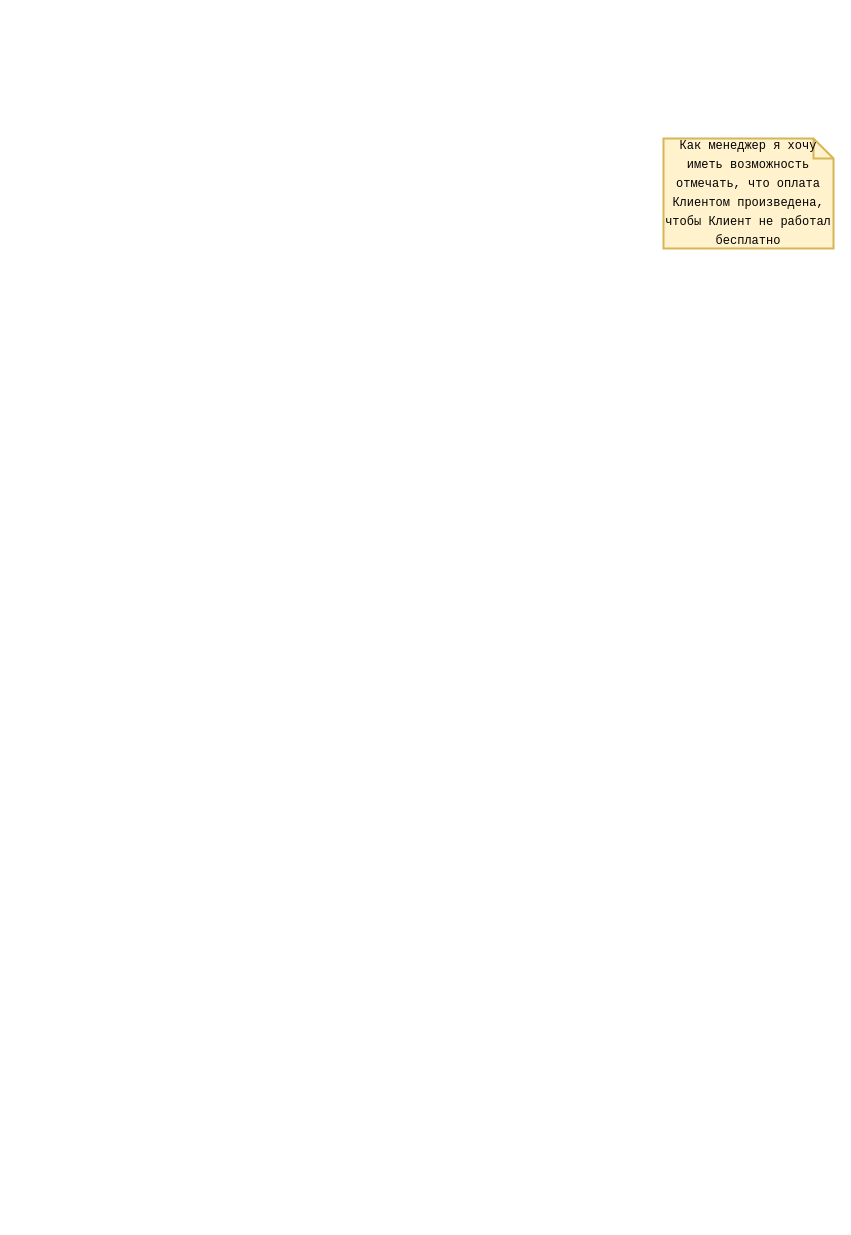
The draw.io diagram src/us-client-lk.drawio in indeec05/course__final, before the edit. Source tidied: cells renumbered, new cells numbered last; positions are measured from the earlier drawing's top-left corner, leaving out a move shared by most shapes. Both pictures are drawn from the tidied source at 100%, with x=0, y=0 at pixel (663, 138).
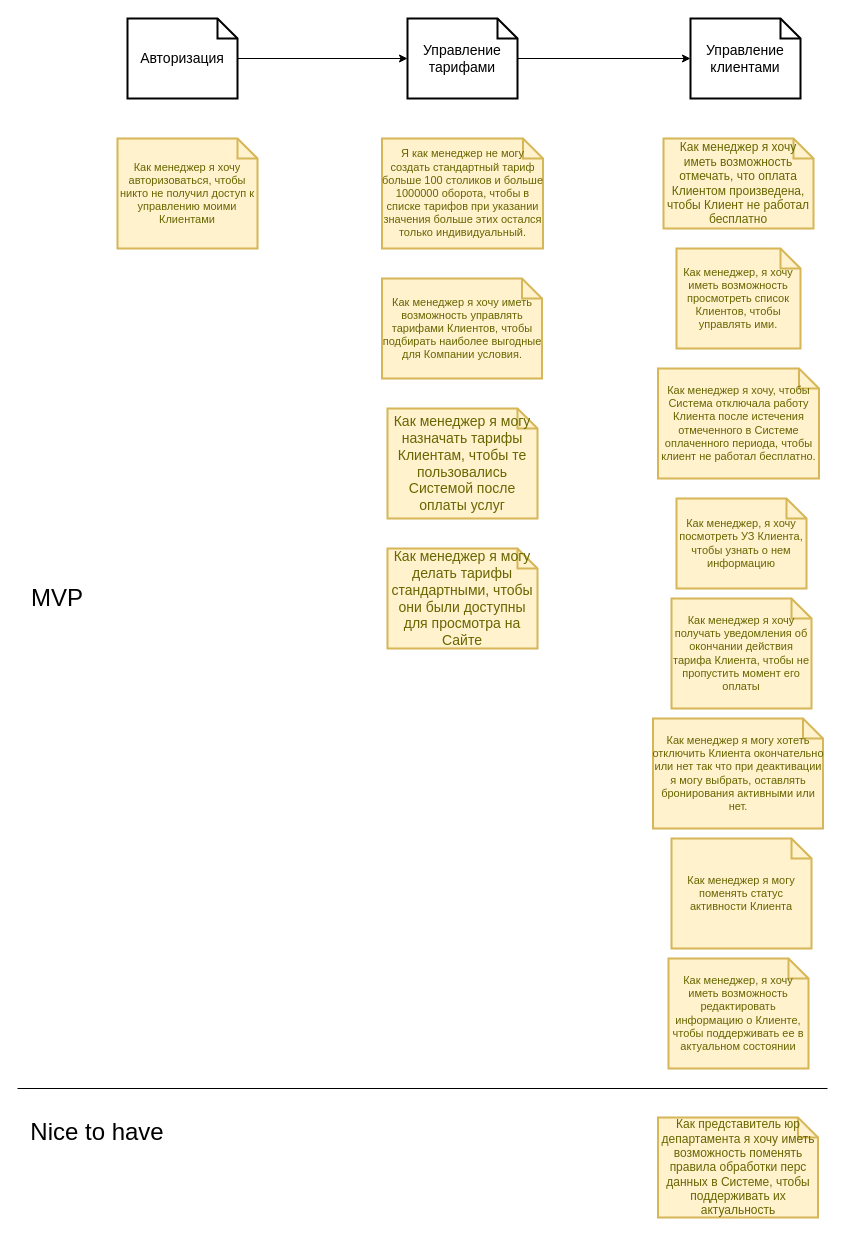
The same page after the edit.

Change to the diagram source:
```diff
@@
-    <mxCell id="2" value="&lt;div style=&quot;color: rgb(0, 0, 0); font-family: &amp;quot;consolas&amp;quot;, &amp;quot;courier new&amp;quot;, monospace; font-weight: normal; font-size: 12px; line-height: 19px;&quot;&gt;&lt;div style=&quot;font-size: 12px&quot;&gt;Как менеджер я хочу иметь возможность отмечать, что оплата Клиентом произведена, чтобы Клиент не работал бесплатно&lt;br&gt;&lt;/div&gt;&lt;/div&gt;" style="shape=note;strokeWidth=2;fontSize=12;size=20;whiteSpace=wrap;html=1;fillColor=#fff2cc;strokeColor=#d6b656;fontColor=#666600;spacing=0;labelBackgroundColor=none;" parent="1" vertex="1">
-      <mxGeometry width="170" height="110" as="geometry" />
+    <mxCell id="2" value="Как менеджер я хочу иметь возможность отмечать, что оплата Клиентом произведена, чтобы Клиент не работал бесплатно" style="shape=note;strokeWidth=2;fontSize=12;size=20;whiteSpace=wrap;fillColor=#fff2cc;strokeColor=#d6b656;fontColor=#666600;spacing=0;labelBackgroundColor=none;" parent="1" vertex="1">
+      <mxGeometry width="150" height="90" as="geometry" />
     </mxCell>
+    <mxCell id="3" value="Я как менеджер не могу создать стандартный тариф больше 100 столиков и больше 1000000 оборота, чтобы в списке тарифов при указании значения больше этих остался только индивидуальный." style="shape=note;strokeWidth=2;fontSize=11;size=20;fillColor=#fff2cc;strokeColor=#d6b656;fontColor=#666600;spacing=0;labelBackgroundColor=none;whiteSpace=wrap;" parent="1" vertex="1">
+      <mxGeometry x="-281.5" width="161" height="110" as="geometry" />
+    </mxCell>
+    <mxCell id="4" value="Как представитель юр департамента я хочу иметь возможность поменять правила обработки перс данных в Системе, чтобы поддерживать их актуальность" style="shape=note;strokeWidth=2;fontSize=12;size=20;whiteSpace=wrap;fillColor=#fff2cc;strokeColor=#d6b656;fontColor=#666600;" parent="1" vertex="1">
+      <mxGeometry x="-5.5" y="979" width="160" height="100" as="geometry" />
+    </mxCell>
+    <mxCell id="5" value="Как менеджер я хочу иметь возможность управлять тарифами Клиентов, чтобы подбирать наиболее выгодные для Компании условия." style="shape=note;strokeWidth=2;fontSize=11;size=20;fillColor=#fff2cc;strokeColor=#d6b656;fontColor=#666600;spacing=0;labelBackgroundColor=none;whiteSpace=wrap;" parent="1" vertex="1">
+      <mxGeometry x="-281.5" y="140" width="160" height="100" as="geometry" />
+    </mxCell>
+    <mxCell id="6" value="Как менеджер я хочу получать уведомления об окончании действия тарифа Клиента, чтобы не пропустить момент его оплаты" style="shape=note;strokeWidth=2;fontSize=11;size=20;fillColor=#fff2cc;strokeColor=#d6b656;fontColor=#666600;spacing=0;labelBackgroundColor=none;whiteSpace=wrap;" parent="1" vertex="1">
+      <mxGeometry x="8" y="460" width="140" height="110" as="geometry" />
+    </mxCell>
+    <mxCell id="7" value="Как менеджер я хочу, чтобы Система отключала работу Клиента после истечения отмеченного в Системе оплаченного периода, чтобы клиент не работал бесплатно." style="shape=note;strokeWidth=2;fontSize=11;size=20;fillColor=#fff2cc;strokeColor=#d6b656;fontColor=#666600;spacing=0;labelBackgroundColor=none;whiteSpace=wrap;" parent="1" vertex="1">
+      <mxGeometry x="-5.5" y="230" width="161" height="110" as="geometry" />
+    </mxCell>
+    <mxCell id="8" value="Как менеджер, я хочу иметь возможность просмотреть список Клиентов, чтобы управлять ими." style="shape=note;strokeWidth=2;fontSize=11;size=20;fillColor=#fff2cc;strokeColor=#d6b656;fontColor=#666600;spacing=0;labelBackgroundColor=none;whiteSpace=wrap;" parent="1" vertex="1">
+      <mxGeometry x="13" y="110" width="124" height="100" as="geometry" />
+    </mxCell>
+    <mxCell id="9" value="Как менеджер, я хочу посмотреть УЗ Клиента, чтобы узнать о нем информацию" style="shape=note;strokeWidth=2;fontSize=11;size=20;fillColor=#fff2cc;strokeColor=#d6b656;fontColor=#666600;spacing=0;labelBackgroundColor=none;whiteSpace=wrap;" parent="1" vertex="1">
+      <mxGeometry x="13" y="360" width="130" height="90" as="geometry" />
+    </mxCell>
+    <mxCell id="10" value="Как менеджер, я хочу иметь возможность редактировать информацию о Клиенте, чтобы поддерживать ее в актуальном состоянии" style="shape=note;strokeWidth=2;fontSize=11;size=20;fillColor=#fff2cc;strokeColor=#d6b656;fontColor=#666600;spacing=0;labelBackgroundColor=none;whiteSpace=wrap;" parent="1" vertex="1">
+      <mxGeometry x="5" y="820" width="140" height="110" as="geometry" />
+    </mxCell>
+    <mxCell id="11" value="Как менеджер я могу поменять статус активности Клиента" style="shape=note;strokeWidth=2;fontSize=11;size=20;fillColor=#fff2cc;strokeColor=#d6b656;fontColor=#666600;spacing=0;labelBackgroundColor=none;whiteSpace=wrap;" parent="1" vertex="1">
+      <mxGeometry x="8" y="700" width="140" height="110" as="geometry" />
+    </mxCell>
+    <mxCell id="12" value="Как менеджер я могу хотеть отключить Клиента окончательно или нет так что при деактивации я могу выбрать, оставлять бронирования активными или нет." style="shape=note;strokeWidth=2;fontSize=11;size=20;fillColor=#fff2cc;strokeColor=#d6b656;fontColor=#666600;spacing=0;labelBackgroundColor=none;whiteSpace=wrap;" parent="1" vertex="1">
+      <mxGeometry x="-10.5" y="580" width="170" height="110" as="geometry" />
+    </mxCell>
+    <mxCell id="13" value="Как менеджер я хочу авторизоваться, чтобы никто не получил доступ к управлению моими Клиентами" style="shape=note;strokeWidth=2;fontSize=11;size=20;fillColor=#fff2cc;strokeColor=#d6b656;fontColor=#666600;spacing=0;labelBackgroundColor=none;whiteSpace=wrap;" parent="1" vertex="1">
+      <mxGeometry x="-546" width="140" height="110" as="geometry" />
+    </mxCell>
+    <mxCell id="14" style="edgeStyle=orthogonalEdgeStyle;rounded=0;jettySize=auto;html=1;fontSize=12;" parent="1" edge="1" source="15" target="17">
+      <mxGeometry relative="1" as="geometry" />
+    </mxCell>
+    <mxCell id="15" value="Авторизация" style="shape=note;strokeWidth=2;fontSize=14;size=20;whiteSpace=wrap;html=1;" parent="1" vertex="1">
+      <mxGeometry x="-536" y="-120" width="110" height="80" as="geometry" />
+    </mxCell>
+    <mxCell id="16" style="edgeStyle=orthogonalEdgeStyle;rounded=0;jettySize=auto;html=1;fontSize=12;" parent="1" edge="1" source="17" target="18">
+      <mxGeometry relative="1" as="geometry" />
+    </mxCell>
+    <mxCell id="17" value="Управление тарифами" style="shape=note;strokeWidth=2;fontSize=14;size=20;whiteSpace=wrap;html=1;" parent="1" vertex="1">
+      <mxGeometry x="-256" y="-120" width="110" height="80" as="geometry" />
+    </mxCell>
+    <mxCell id="18" value="Управление клиентами" style="shape=note;strokeWidth=2;fontSize=14;size=20;whiteSpace=wrap;html=1;" parent="1" vertex="1">
+      <mxGeometry x="27" y="-120" width="110" height="80" as="geometry" />
+    </mxCell>
+    <mxCell id="19" style="edgeStyle=orthogonalEdgeStyle;rounded=0;orthogonalLoop=1;jettySize=auto;html=1;exitX=0.5;exitY=1;exitDx=0;exitDy=0;exitPerimeter=0;fontSize=12;" parent="1" edge="1" source="9" target="9">
+      <mxGeometry relative="1" as="geometry" />
+    </mxCell>
+    <mxCell id="20" value="Как менеджер я могу назначать тарифы Клиентам, чтобы те пользовались Системой после оплаты услуг" style="shape=note;strokeWidth=2;fontSize=14;size=20;whiteSpace=wrap;fillColor=#fff2cc;strokeColor=#d6b656;fontColor=#666600;" parent="1" vertex="1">
+      <mxGeometry x="-276" y="270" width="150" height="110" as="geometry" />
+    </mxCell>
+    <mxCell id="21" value="Как менеджер я могу делать тарифы стандартными, чтобы они были доступны для просмотра на Сайте" style="shape=note;strokeWidth=2;fontSize=14;size=20;whiteSpace=wrap;fillColor=#fff2cc;strokeColor=#d6b656;fontColor=#666600;" parent="1" vertex="1">
+      <mxGeometry x="-276" y="410" width="150" height="100" as="geometry" />
+    </mxCell>
+    <mxCell id="22" style="endArrow=none;html=1;rounded=0;fontSize=12;" parent="1" edge="1">
+      <mxGeometry relative="1" as="geometry">
+        <mxPoint x="-646" y="950" as="sourcePoint" />
+        <mxPoint x="164" y="950" as="targetPoint" />
+      </mxGeometry>
+    </mxCell>
+    <mxCell id="23" value="MVP" style="text;html=1;strokeColor=none;fillColor=none;align=center;verticalAlign=middle;whiteSpace=wrap;rounded=0;labelBackgroundColor=none;fontSize=24;" parent="1" vertex="1">
+      <mxGeometry x="-636" y="445" width="60" height="30" as="geometry" />
+    </mxCell>
+    <mxCell id="24" value="Nice to have" style="text;html=1;strokeColor=none;fillColor=none;align=center;verticalAlign=middle;whiteSpace=wrap;rounded=0;labelBackgroundColor=none;fontSize=24;" parent="1" vertex="1">
+      <mxGeometry x="-636" y="979" width="140" height="30" as="geometry" />
+    </mxCell>
```
